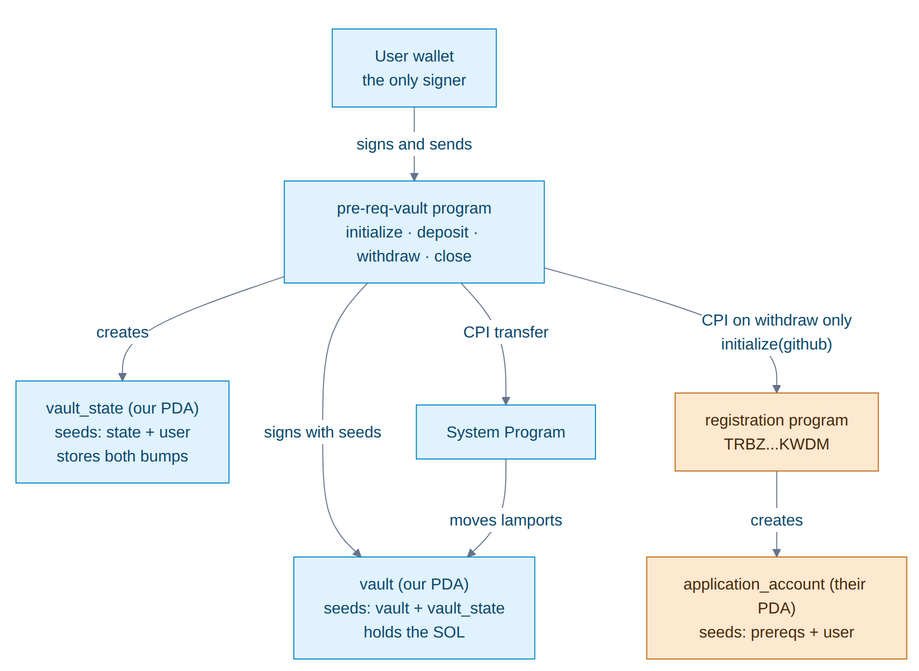
Earlier version of the Mermaid export docs/diagram.png (Anshumancanrock/Turbin3). Its source is kept beside it as docs/diagram.mmd.
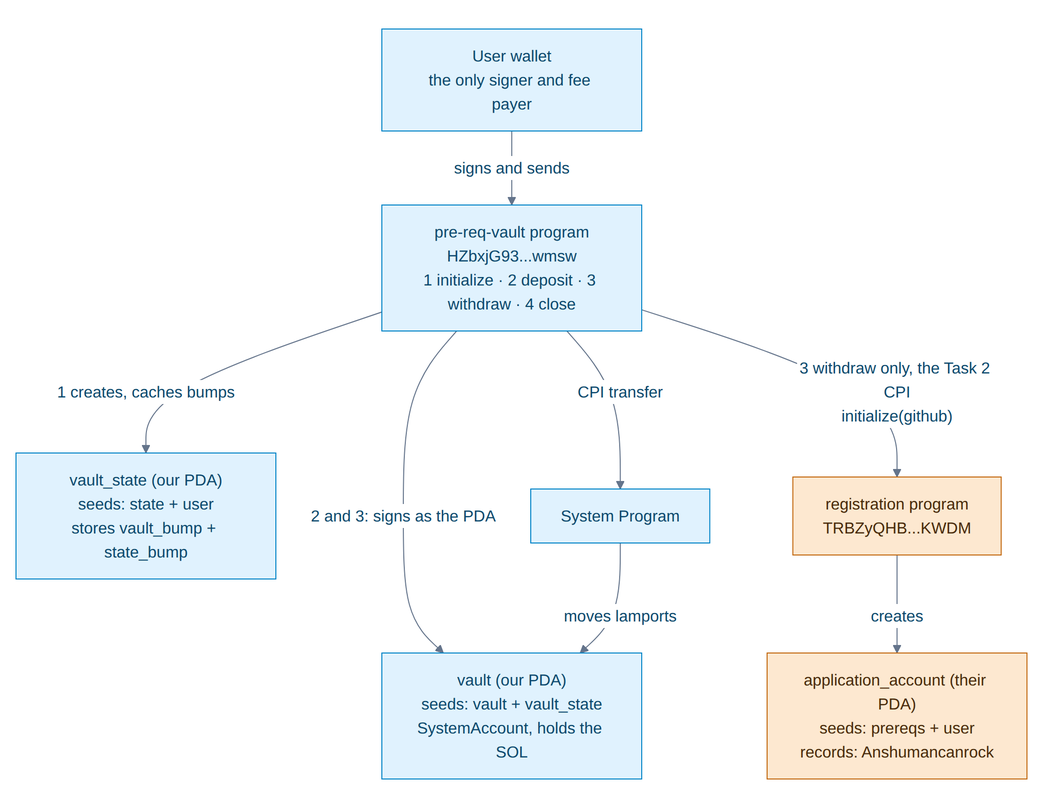
Later version of the same file.

Commit message:
Add call order, program id and the recorded handle to the diagram

The edit, as a diff of the source:
```diff
@@ -2,20 +2,20 @@
   'primaryColor':'#e0f2fe','primaryBorderColor':'#0284c7','primaryTextColor':'#0c4a6e',
   'lineColor':'#64748b','edgeLabelBackground':'#ffffff'}}}%%
 flowchart TD
-    U["User wallet<br/>the only signer"]
-    P["pre-req-vault program<br/>initialize · deposit · withdraw · close"]
-    VS["vault_state (our PDA)<br/>seeds: state + user<br/>stores both bumps"]
-    V["vault (our PDA)<br/>seeds: vault + vault_state<br/>holds the SOL"]
+    U["User wallet<br/>the only signer and fee payer"]
+    P["pre-req-vault program<br/>HZbxjG93...wmsw<br/>1 initialize · 2 deposit · 3 withdraw · 4 close"]
+    VS["vault_state (our PDA)<br/>seeds: state + user<br/>stores vault_bump + state_bump"]
+    V["vault (our PDA)<br/>seeds: vault + vault_state<br/>SystemAccount, holds the SOL"]
     SP["System Program"]
-    REG["registration program<br/>TRBZ...KWDM"]
-    APP["application_account (their PDA)<br/>seeds: prereqs + user"]
+    REG["registration program<br/>TRBZyQHB...KWDM"]
+    APP["application_account (their PDA)<br/>seeds: prereqs + user<br/>records: Anshumancanrock"]
 
     U -->|signs and sends| P
-    P -->|creates| VS
-    P -->|signs with seeds| V
+    P -->|"1 creates, caches bumps"| VS
+    P -->|"2 and 3: signs as the PDA"| V
     P -->|CPI transfer| SP
     SP -->|moves lamports| V
-    P -->|"CPI on withdraw only<br/>initialize(github)"| REG
+    P -->|"3 withdraw only, the Task 2 CPI<br/>initialize(github)"| REG
     REG -->|creates| APP
 
     classDef ext fill:#fde8d0,stroke:#c2680f,color:#4a2c0a
```
